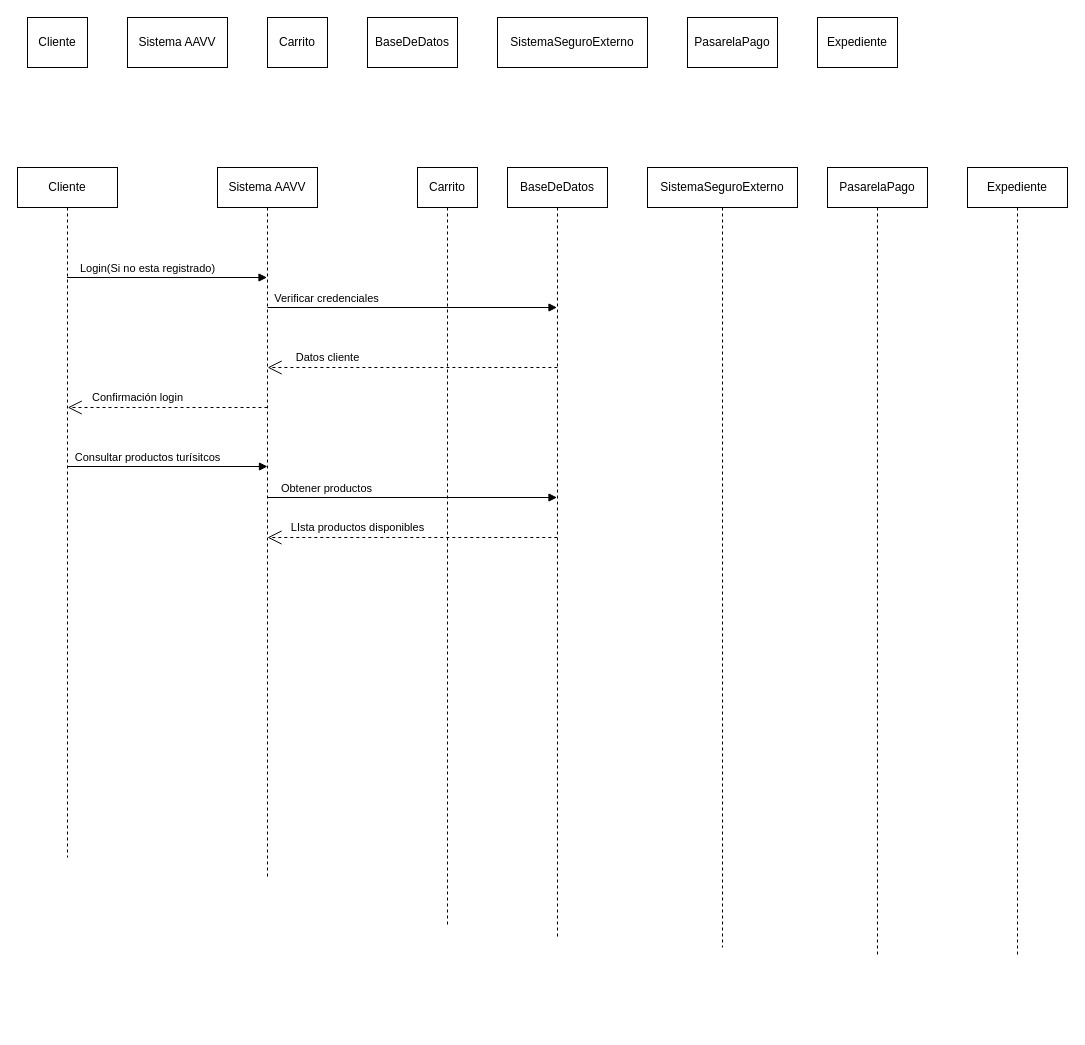
JavierIbarra25/Diseno-Orientado-a-Objetos keeps this draw.io diagram as DiagramaDeSecuencia.drawio. Above is the earlier version. Source tidied: cells renumbered, new cells numbered last; positions are measured from the earlier drawing's top-left corner, leaving out a move shared by most shapes. Both pictures are drawn from the tidied source at 100%, with x=0, y=0 at pixel (17, 17).
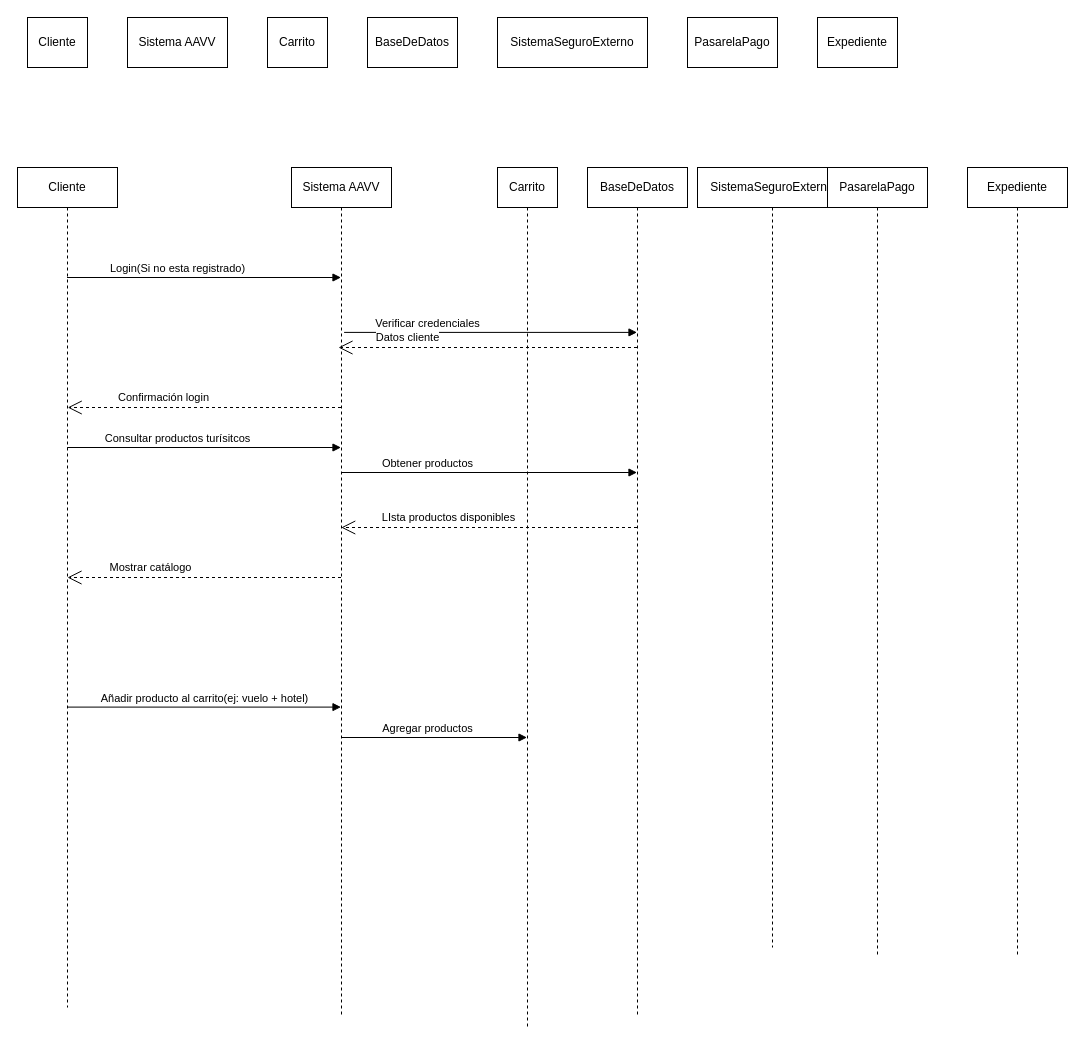
After the change.

Change to the diagram source:
```diff
@@
     <mxCell id="9" value="Sistema AAVV" style="shape=umlLifeline;perimeter=lifelinePerimeter;whiteSpace=wrap;html=1;outlineConnect=0;portConstraint=eastwest;newEdgeStyle={&quot;curved&quot;:0,&quot;rounded&quot;:0};" parent="1" vertex="1">
-      <mxGeometry x="200" y="150" width="100" height="710" as="geometry" />
+      <mxGeometry x="274" y="150" width="100" height="850" as="geometry" />
     </mxCell>
     <mxCell id="10" value="Cliente" style="shape=umlLifeline;perimeter=lifelinePerimeter;whiteSpace=wrap;html=1;outlineConnect=0;portConstraint=eastwest;newEdgeStyle={&quot;curved&quot;:0,&quot;rounded&quot;:0};" parent="1" vertex="1">
-      <mxGeometry y="150" width="100" height="690" as="geometry" />
+      <mxGeometry y="150" width="100" height="840" as="geometry" />
     </mxCell>
     <mxCell id="11" value="SistemaSeguroExterno" style="shape=umlLifeline;perimeter=lifelinePerimeter;whiteSpace=wrap;html=1;newEdgeStyle={&quot;curved&quot;:0,&quot;rounded&quot;:0};" parent="1" vertex="1">
-      <mxGeometry x="630" y="150" width="150" height="780" as="geometry" />
+      <mxGeometry x="680" y="150" width="150" height="780" as="geometry" />
     </mxCell>
     <mxCell id="12" value="BaseDeDatos" style="shape=umlLifeline;perimeter=lifelinePerimeter;whiteSpace=wrap;html=1;outlineConnect=0;portConstraint=eastwest;newEdgeStyle={&quot;curved&quot;:0,&quot;rounded&quot;:0};" parent="1" vertex="1">
-      <mxGeometry x="490" y="150" width="100" height="770" as="geometry" />
+      <mxGeometry x="570" y="150" width="100" height="850" as="geometry" />
     </mxCell>
     <mxCell id="13" value="Carrito" style="shape=umlLifeline;perimeter=lifelinePerimeter;whiteSpace=wrap;html=1;outlineConnect=0;portConstraint=eastwest;newEdgeStyle={&quot;curved&quot;:0,&quot;rounded&quot;:0};" parent="1" vertex="1">
-      <mxGeometry x="400" y="150" width="60" height="760" as="geometry" />
+      <mxGeometry x="480" y="150" width="60" height="860" as="geometry" />
     </mxCell>
@@
-    <mxCell id="17" value="Verificar credenciales" style="html=1;verticalAlign=bottom;endArrow=block;curved=0;rounded=0;" parent="1" edge="1" target="12">
-      <mxGeometry x="-0.59" relative="1" as="geometry">
-        <mxPoint x="250" y="290" as="sourcePoint" />
-      </mxGeometry>
+    <mxCell id="17" value="Verificar credenciales" style="html=1;verticalAlign=bottom;endArrow=block;curved=0;rounded=0;exitX=0.526;exitY=0.194;exitDx=0;exitDy=0;exitPerimeter=0;" parent="1" edge="1" source="9" target="12">
+      <mxGeometry x="-0.43" relative="1" as="geometry" />
     </mxCell>
-    <mxCell id="18" value="Datos cliente" style="endArrow=open;endSize=12;dashed=1;html=1;rounded=0;" parent="1" edge="1">
-      <mxGeometry x="0.59" y="-10" relative="1" as="geometry">
-        <mxPoint x="539.9" y="350" as="sourcePoint" />
-        <mxPoint x="250.1" y="350" as="targetPoint" />
+    <mxCell id="18" value="Datos cliente" style="endArrow=open;endSize=12;dashed=1;html=1;rounded=0;" parent="1" edge="1" source="12">
+      <mxGeometry x="0.54" y="-10" relative="1" as="geometry">
+        <mxPoint x="321" y="330" as="targetPoint" />
       </mxGeometry>
     </mxCell>
-    <mxCell id="19" value="Confirmación login" style="endArrow=open;endSize=12;dashed=1;html=1;rounded=0;" parent="1" edge="1">
+    <mxCell id="19" value="Confirmación login" style="endArrow=open;endSize=12;dashed=1;html=1;rounded=0;" parent="1" edge="1" source="9">
       <mxGeometry x="0.3" y="-10" relative="1" as="geometry">
-        <mxPoint x="250" y="390" as="sourcePoint" />
         <mxPoint x="50.2" y="390" as="targetPoint" />
       </mxGeometry>
     </mxCell>
-    <mxCell id="20" value="Consultar productos turísitcos" style="html=1;verticalAlign=bottom;endArrow=block;curved=0;rounded=0;" parent="1" edge="1" source="10">
+    <mxCell id="20" value="Consultar productos turísitcos" style="html=1;verticalAlign=bottom;endArrow=block;curved=0;rounded=0;" parent="1" edge="1" target="9">
       <mxGeometry x="-0.2" relative="1" as="geometry">
-        <mxPoint x="250" y="449" as="targetPoint" />
+        <mxPoint x="49.7" y="430" as="sourcePoint" />
       </mxGeometry>
     </mxCell>
     <mxCell id="21" value="Obtener productos" style="html=1;verticalAlign=bottom;endArrow=block;curved=0;rounded=0;" parent="1" edge="1" target="12">
-      <mxGeometry x="-0.59" relative="1" as="geometry">
-        <mxPoint x="250" y="480" as="sourcePoint" />
+      <mxGeometry x="-0.42" relative="1" as="geometry">
+        <mxPoint x="323.7" y="455" as="sourcePoint" />
       </mxGeometry>
     </mxCell>
-    <mxCell id="22" value="LIsta productos disponibles" style="endArrow=open;endSize=12;dashed=1;html=1;rounded=0;" parent="1" edge="1">
-      <mxGeometry x="0.38" y="-10" relative="1" as="geometry">
-        <mxPoint x="539.8" y="520" as="sourcePoint" />
-        <mxPoint x="250" y="520" as="targetPoint" />
+    <mxCell id="22" value="LIsta productos disponibles" style="endArrow=open;endSize=12;dashed=1;html=1;rounded=0;" parent="1" edge="1" source="12">
+      <mxGeometry x="0.28" y="-10" relative="1" as="geometry">
+        <mxPoint x="323.7" y="510" as="targetPoint" />
       </mxGeometry>
     </mxCell>
+    <mxCell id="23" value="Mostrar catálogo" style="endArrow=open;endSize=12;dashed=1;html=1;rounded=0;" parent="1" edge="1" source="9">
+      <mxGeometry x="0.4" y="-10" relative="1" as="geometry">
+        <mxPoint x="50" y="560" as="targetPoint" />
+      </mxGeometry>
+    </mxCell>
+    <mxCell id="24" value="Añadir producto al carrito(ej: vuelo + hotel)" style="html=1;verticalAlign=bottom;endArrow=block;curved=0;rounded=0;" parent="1" edge="1" target="9">
+      <mxGeometry relative="1" as="geometry">
+        <mxPoint x="49.5" y="689.6" as="sourcePoint" />
+      </mxGeometry>
+    </mxCell>
+    <mxCell id="25" value="Agregar productos" style="html=1;verticalAlign=bottom;endArrow=block;curved=0;rounded=0;" parent="1" edge="1" target="13">
+      <mxGeometry x="-0.07" relative="1" as="geometry">
+        <mxPoint x="323.8" y="720" as="sourcePoint" />
+      </mxGeometry>
+    </mxCell>
```
